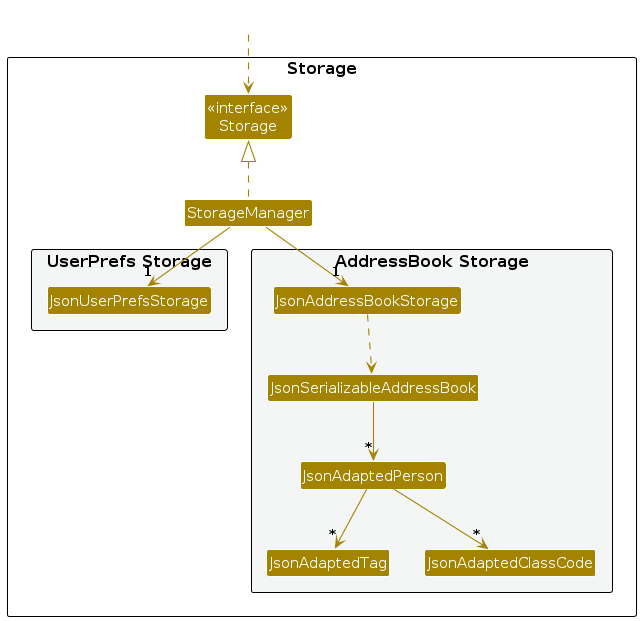
Earlier version of the PlantUML export diagrams/StorageClassDiagram.png (AY2627S1-CS2103T-T10-2/tp). Its source is kept beside it as diagrams/StorageClassDiagram.puml.
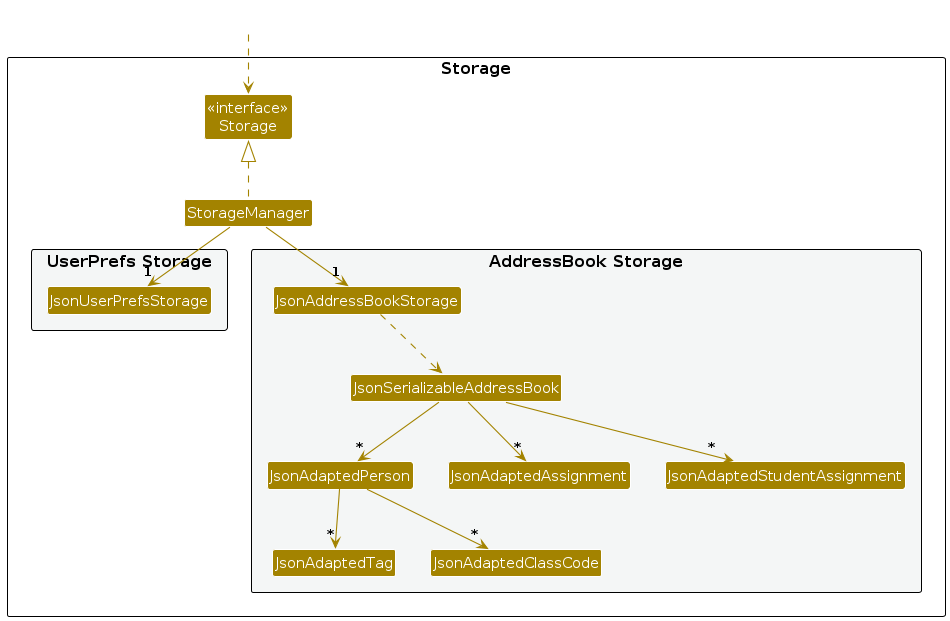
After the commit.

Diff of the diagram source:
```diff
@@ -19,6 +19,8 @@
 Class JsonAdaptedPerson
 Class JsonAdaptedTag
 Class JsonAdaptedClassCode
+Class JsonAdaptedAssignment
+Class JsonAdaptedStudentAssignment
 }
 
 }
@@ -32,6 +34,8 @@
 
 JsonAddressBookStorage ..> JsonSerializableAddressBook
 JsonSerializableAddressBook --> "*" JsonAdaptedPerson
+JsonSerializableAddressBook --> "*" JsonAdaptedAssignment
+JsonSerializableAddressBook --> "*" JsonAdaptedStudentAssignment
 JsonAdaptedPerson --> "*" JsonAdaptedTag
 JsonAdaptedPerson --> "*" JsonAdaptedClassCode
 
```
